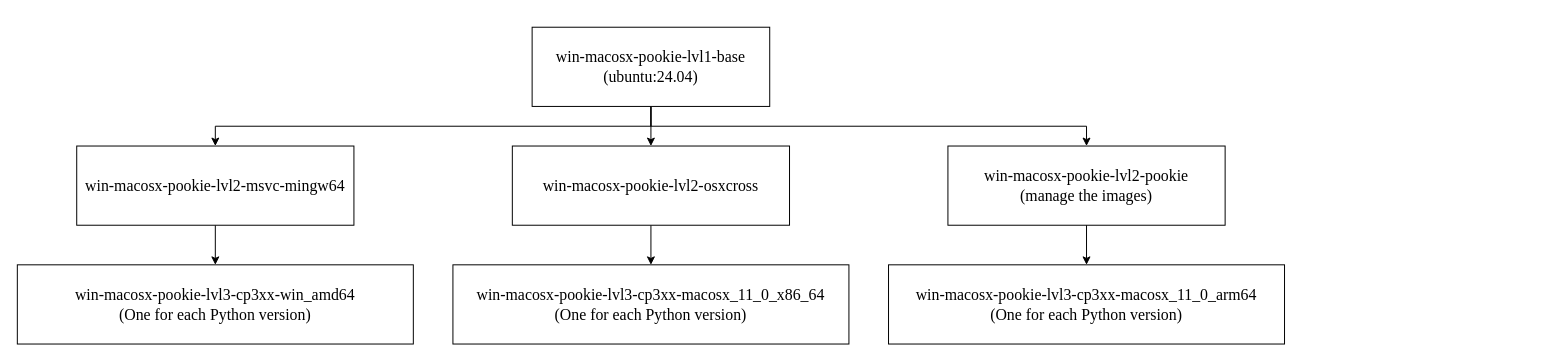
Before: page "win-macosx-pookie" (3 of 3) of images/Docker_layer_graph.drawio in andreslilloortiz/pookie, a draw.io diagram. Source tidied: cells renumbered, new cells numbered last; positions are measured from the earlier drawing's top-left corner, leaving out a move shared by most shapes. Both pictures are drawn from the tidied source at 99%, with x=0, y=0 at pixel (17, 27).
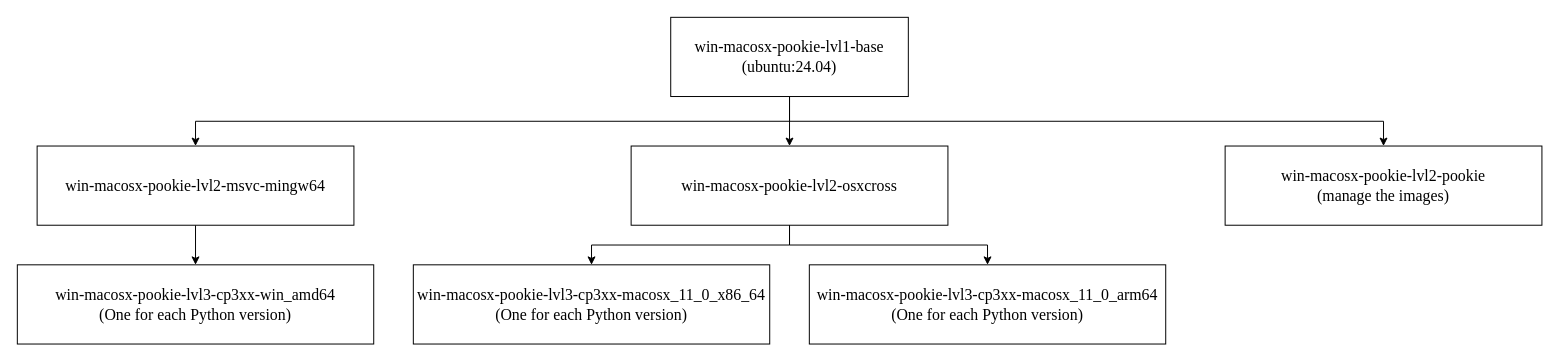
The same diagram, later.

The edit, as a diff of the source:
```diff
@@
 <mxGraphModel>
   <root>
     <mxCell id="0" />
     <mxCell id="1" parent="0" />
     <mxCell id="2" style="edgeStyle=orthogonalEdgeStyle;rounded=0;jettySize=auto;html=1;exitX=0.5;exitY=1;exitDx=0;exitDy=0;entryX=0.5;entryY=0;entryDx=0;entryDy=0;fontSize=16;fontColor=default;fontFamily=Times New Roman;" parent="1" edge="1" source="5" target="6">
       <mxGeometry relative="1" as="geometry" />
     </mxCell>
     <mxCell id="3" style="edgeStyle=orthogonalEdgeStyle;rounded=0;jettySize=auto;html=1;exitX=0.5;exitY=1;exitDx=0;exitDy=0;fontSize=16;fontColor=default;fontFamily=Times New Roman;" parent="1" edge="1" source="5" target="8">
       <mxGeometry relative="1" as="geometry" />
     </mxCell>
     <mxCell id="4" style="edgeStyle=orthogonalEdgeStyle;rounded=0;jettySize=auto;html=1;exitX=0.5;exitY=1;exitDx=0;exitDy=0;fontSize=16;fontColor=default;fontFamily=Times New Roman;" parent="1" edge="1" source="5" target="11">
       <mxGeometry relative="1" as="geometry" />
     </mxCell>
     <mxCell id="5" value="&lt;div&gt;&lt;font&gt;win-macosx-pookie-lvl1-base&lt;/font&gt;&lt;/div&gt;&lt;font&gt;(ubuntu:24.04)&lt;/font&gt;" style="rounded=0;whiteSpace=wrap;html=1;fontSize=16;fontColor=default;fontFamily=Times New Roman;" parent="1" vertex="1">
-      <mxGeometry x="520" width="240" height="80" as="geometry" />
+      <mxGeometry x="660" y="-10" width="240" height="80" as="geometry" />
     </mxCell>
     <mxCell id="6" value="&lt;font&gt;&lt;span style=&quot;&quot;&gt;win-macosx-pookie-lvl2-&lt;/span&gt;pookie&lt;/font&gt;&lt;div&gt;&lt;font&gt;(manage the images)&lt;/font&gt;&lt;/div&gt;" style="rounded=0;whiteSpace=wrap;html=1;strokeColor=default;fontSize=16;fontColor=default;fontFamily=Times New Roman;" parent="1" vertex="1">
-      <mxGeometry x="940" y="120" width="280" height="80" as="geometry" />
+      <mxGeometry x="1220" y="120" width="320" height="80" as="geometry" />
     </mxCell>
     <mxCell id="7" style="edgeStyle=orthogonalEdgeStyle;rounded=0;jettySize=auto;html=1;exitX=0.5;exitY=1;exitDx=0;exitDy=0;entryX=0.5;entryY=0;entryDx=0;entryDy=0;fontSize=16;fontColor=default;fontFamily=Times New Roman;" parent="1" edge="1" source="8" target="9">
       <mxGeometry relative="1" as="geometry" />
     </mxCell>
     <mxCell id="8" value="win&lt;span style=&quot;&quot;&gt;-macosx-pookie-lvl2-msvc-mingw64&lt;/span&gt;" style="rounded=0;whiteSpace=wrap;html=1;fontSize=16;fontColor=default;fontFamily=Times New Roman;" parent="1" vertex="1">
-      <mxGeometry x="60" y="120" width="280" height="80" as="geometry" />
+      <mxGeometry x="20" y="120" width="320" height="80" as="geometry" />
     </mxCell>
     <mxCell id="9" value="&lt;font&gt;&lt;span style=&quot;background-color: transparent;&quot;&gt;win-macosx-pookie&lt;/span&gt;&lt;span style=&quot;&quot;&gt;-&lt;/span&gt;&lt;span style=&quot;&quot;&gt;lvl3&lt;/span&gt;&lt;span style=&quot;&quot;&gt;-&lt;/span&gt;&lt;span style=&quot;&quot;&gt;cp3xx-win_amd64&lt;/span&gt;&lt;br&gt;&lt;span style=&quot;&quot;&gt;(One for each Python version)&lt;/span&gt;&lt;/font&gt;" style="rounded=0;whiteSpace=wrap;html=1;fontSize=16;fontColor=default;fontFamily=Times New Roman;" parent="1" vertex="1">
-      <mxGeometry y="240" width="400" height="80" as="geometry" />
+      <mxGeometry y="240" width="360" height="80" as="geometry" />
     </mxCell>
     <mxCell id="10" style="edgeStyle=orthogonalEdgeStyle;rounded=0;jettySize=auto;html=1;exitX=0.5;exitY=1;exitDx=0;exitDy=0;entryX=0.5;entryY=0;entryDx=0;entryDy=0;fontSize=16;fontColor=default;fontFamily=Times New Roman;" parent="1" edge="1" source="11" target="12">
       <mxGeometry relative="1" as="geometry" />
     </mxCell>
     <mxCell id="11" value="&lt;font&gt;&lt;span style=&quot;&quot;&gt;win-macosx-pookie-lvl2-&lt;/span&gt;osxcross&lt;/font&gt;" style="rounded=0;whiteSpace=wrap;html=1;fontSize=16;fontColor=default;fontFamily=Times New Roman;" parent="1" vertex="1">
-      <mxGeometry x="500" y="120" width="280" height="80" as="geometry" />
+      <mxGeometry x="620" y="120" width="320" height="80" as="geometry" />
     </mxCell>
     <mxCell id="12" value="&lt;span style=&quot;&quot;&gt;&lt;span style=&quot;&quot;&gt;win-macosx-pookie&lt;/span&gt;-&lt;/span&gt;&lt;span style=&quot;&quot;&gt;lvl3&lt;/span&gt;&lt;span style=&quot;&quot;&gt;-&lt;/span&gt;&lt;span style=&quot;&quot;&gt;cp3xx-macosx_11_0_x86_64&lt;/span&gt;&lt;br style=&quot;&quot;&gt;&lt;span style=&quot;&quot;&gt;(One for each Python version)&lt;/span&gt;" style="rounded=0;whiteSpace=wrap;html=1;fontSize=16;fontColor=default;fontFamily=Times New Roman;" parent="1" vertex="1">
-      <mxGeometry x="440" y="240" width="400" height="80" as="geometry" />
+      <mxGeometry x="400" y="240" width="360" height="80" as="geometry" />
     </mxCell>
     <mxCell id="13" value="&lt;span style=&quot;&quot;&gt;&lt;span style=&quot;&quot;&gt;win-macosx-pookie&lt;/span&gt;-&lt;/span&gt;&lt;span style=&quot;&quot;&gt;lvl3&lt;/span&gt;&lt;span style=&quot;&quot;&gt;-&lt;/span&gt;&lt;span style=&quot;&quot;&gt;cp3xx-macosx_11_0_arm64&lt;/span&gt;&lt;br style=&quot;&quot;&gt;&lt;span style=&quot;&quot;&gt;(One for each Python version)&lt;/span&gt;" style="rounded=0;whiteSpace=wrap;html=1;fontSize=16;fontColor=default;fontFamily=Times New Roman;" parent="1" vertex="1">
-      <mxGeometry x="880" y="240" width="400" height="80" as="geometry" />
+      <mxGeometry x="800" y="240" width="360" height="80" as="geometry" />
     </mxCell>
-    <mxCell id="14" style="edgeStyle=orthogonalEdgeStyle;rounded=0;jettySize=auto;html=1;entryX=0.5;entryY=0;entryDx=0;entryDy=0;fontSize=16;fontColor=default;exitX=0.5;exitY=1;exitDx=0;exitDy=0;fontFamily=Times New Roman;" parent="1" edge="1" source="6" target="13">
+    <mxCell id="14" style="edgeStyle=orthogonalEdgeStyle;rounded=0;jettySize=auto;html=1;entryX=0.5;entryY=0;entryDx=0;entryDy=0;fontSize=16;fontColor=default;exitX=0.5;exitY=1;exitDx=0;exitDy=0;fontFamily=Times New Roman;" parent="1" edge="1" source="11" target="13">
       <mxGeometry relative="1" as="geometry" />
     </mxCell>
   </root>
 </mxGraphModel>
```
